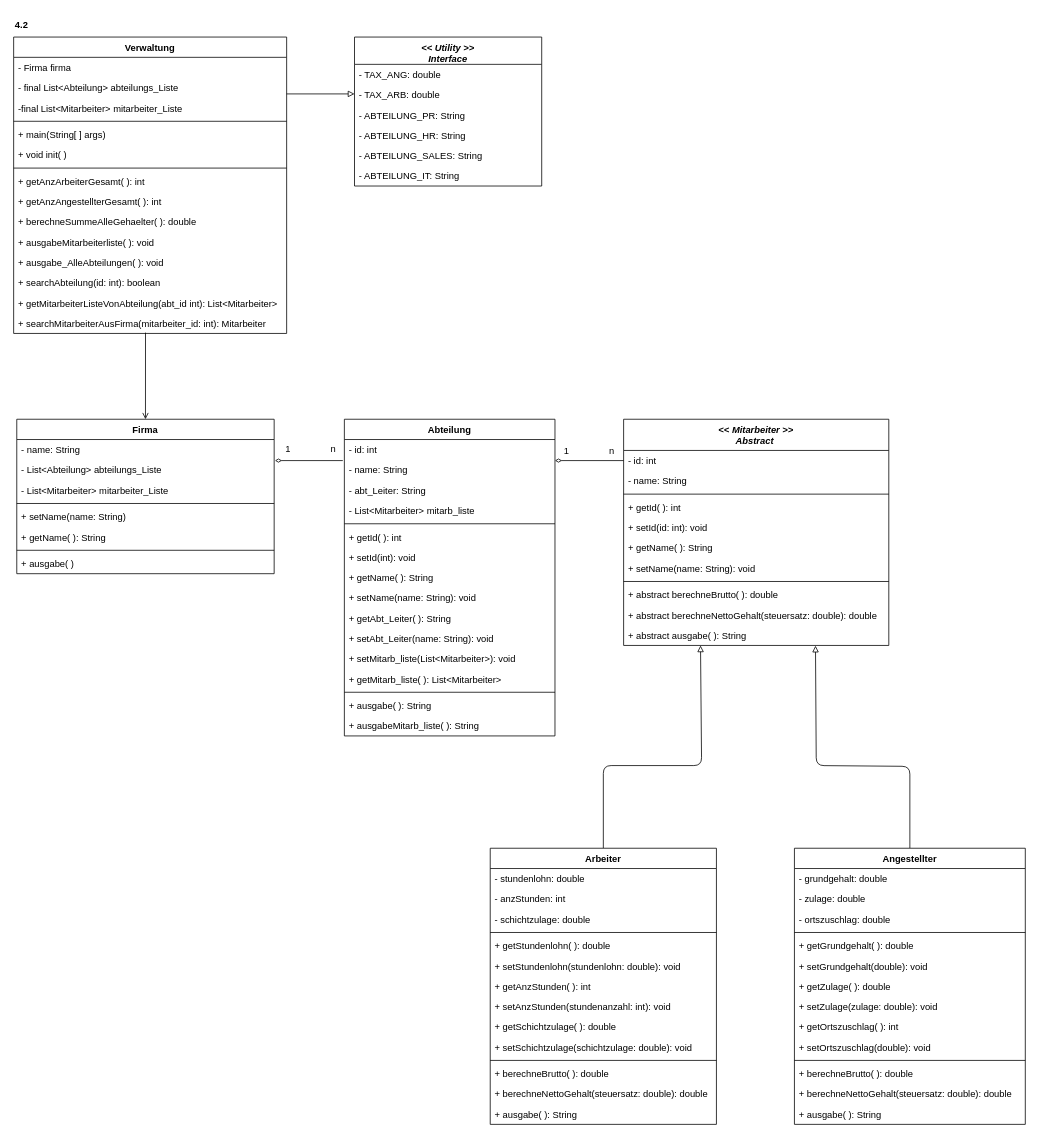
Earlier version of the draw.io diagram FirmaV4_2_ClassDiagram.drawio (mbalabanov/ClassDiagramFirmaV4_1). Source tidied: cells renumbered, new cells numbered last; positions are measured from the earlier drawing's top-left corner, leaving out a move shared by most shapes. Both pictures are drawn from the tidied source at 78%, with x=0, y=0 at pixel (13, 13).
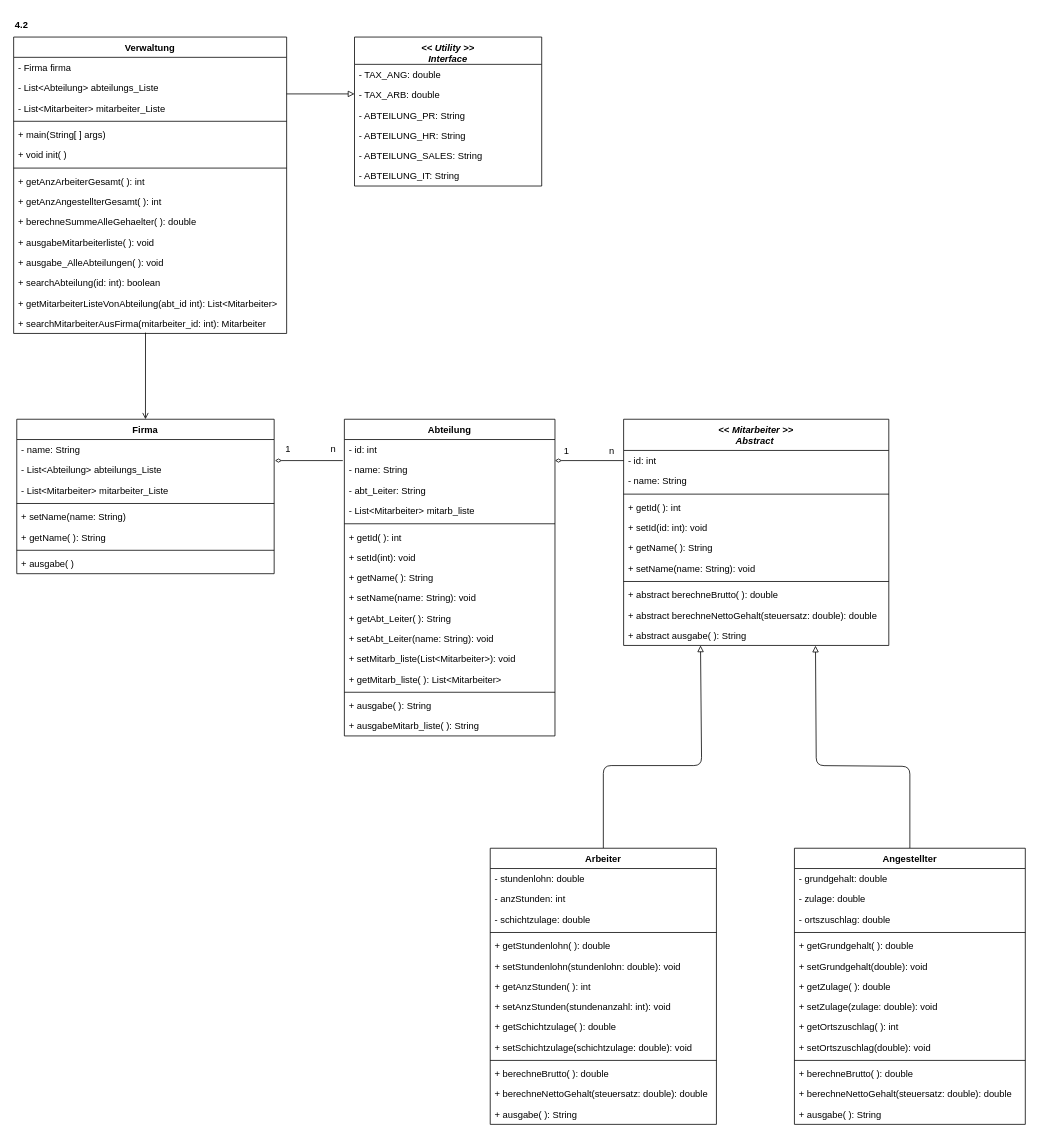
The same diagram, later.

Commit message (it also covers changes not shown here):
Updates UML Class Diagrams

The change refers to these unchanged cells:
```xml
<mxCell id="47" value="Verwaltung" style="swimlane;fontStyle=1;align=center;verticalAlign=top;horizontal=1;startSize=26;" parent="1" vertex="1">
  <mxGeometry y="30" width="350" height="380" as="geometry" />
</mxCell>
```

What changed in the source:
```diff
@@
-    <mxCell id="49" value="- final List&lt;Abteilung&gt; abteilungs_Liste" style="text;strokeColor=none;fillColor=none;align=left;verticalAlign=top;spacingLeft=4;spacingRight=4;overflow=hidden;" parent="47" vertex="1">
+    <mxCell id="49" value="- List&lt;Abteilung&gt; abteilungs_Liste" style="text;strokeColor=none;fillColor=none;align=left;verticalAlign=top;spacingLeft=4;spacingRight=4;overflow=hidden;" parent="47" vertex="1">
       <mxGeometry y="52" width="350" height="26" as="geometry" />
     </mxCell>
-    <mxCell id="50" value="-final List&lt;Mitarbeiter&gt; mitarbeiter_Liste" style="text;strokeColor=none;fillColor=none;align=left;verticalAlign=top;spacingLeft=4;spacingRight=4;overflow=hidden;" parent="47" vertex="1">
+    <mxCell id="50" value="- List&lt;Mitarbeiter&gt; mitarbeiter_Liste" style="text;strokeColor=none;fillColor=none;align=left;verticalAlign=top;spacingLeft=4;spacingRight=4;overflow=hidden;" parent="47" vertex="1">
       <mxGeometry y="78" width="350" height="26" as="geometry" />
     </mxCell>
```
